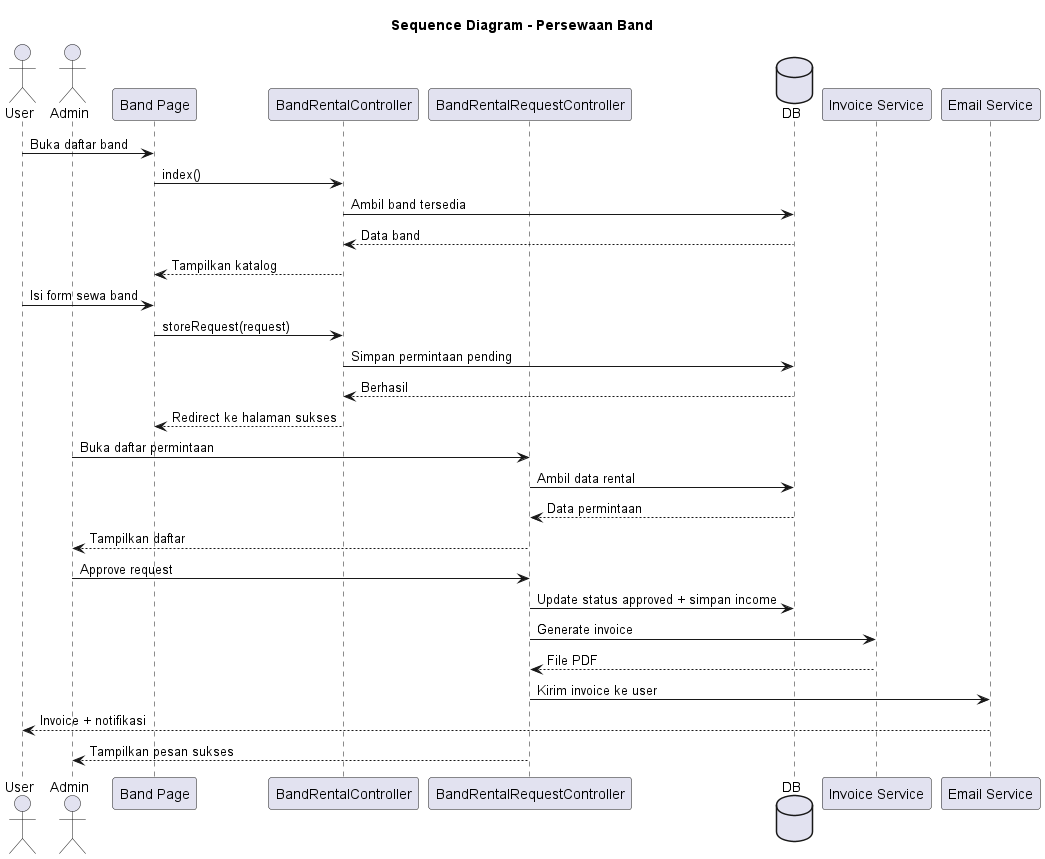
This is out/docs/sequence-diagrams/iterasi-2/04-persewaan-band-seq/Persewaan_Band_Sequence.png from RizkyFahrizal/satpals-project, a PlantUML export, as it was before one commit.
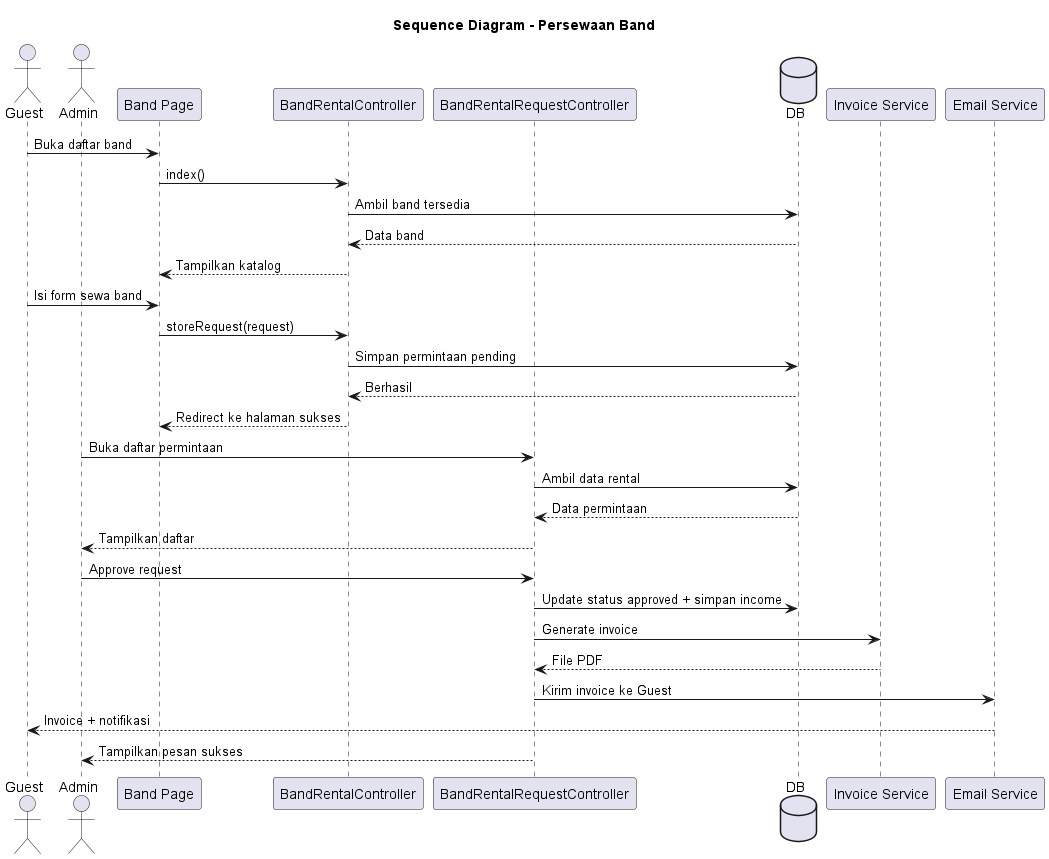
The same file after the commit.

What changed in the source:
```diff
@@ -2,7 +2,7 @@
 
 title Sequence Diagram - Persewaan Band
 
-actor User
+actor Guest
 actor Admin
 participant "Band Page" as View
 participant "BandRentalController" as PublicController
@@ -11,13 +11,13 @@
 participant "Invoice Service" as Invoice
 participant "Email Service" as Mail
 
-User -> View: Buka daftar band
+Guest -> View: Buka daftar band
 View -> PublicController: index()
 PublicController -> DB: Ambil band tersedia
 DB --> PublicController: Data band
 PublicController --> View: Tampilkan katalog
 
-User -> View: Isi form sewa band
+Guest -> View: Isi form sewa band
 View -> PublicController: storeRequest(request)
 PublicController -> DB: Simpan permintaan pending
 DB --> PublicController: Berhasil
@@ -32,8 +32,8 @@
 AdminController -> DB: Update status approved + simpan income
 AdminController -> Invoice: Generate invoice
 Invoice --> AdminController: File PDF
-AdminController -> Mail: Kirim invoice ke user
-Mail --> User: Invoice + notifikasi
+AdminController -> Mail: Kirim invoice ke Guest
+Mail --> Guest: Invoice + notifikasi
 AdminController --> Admin: Tampilkan pesan sukses
 
 @enduml
```
